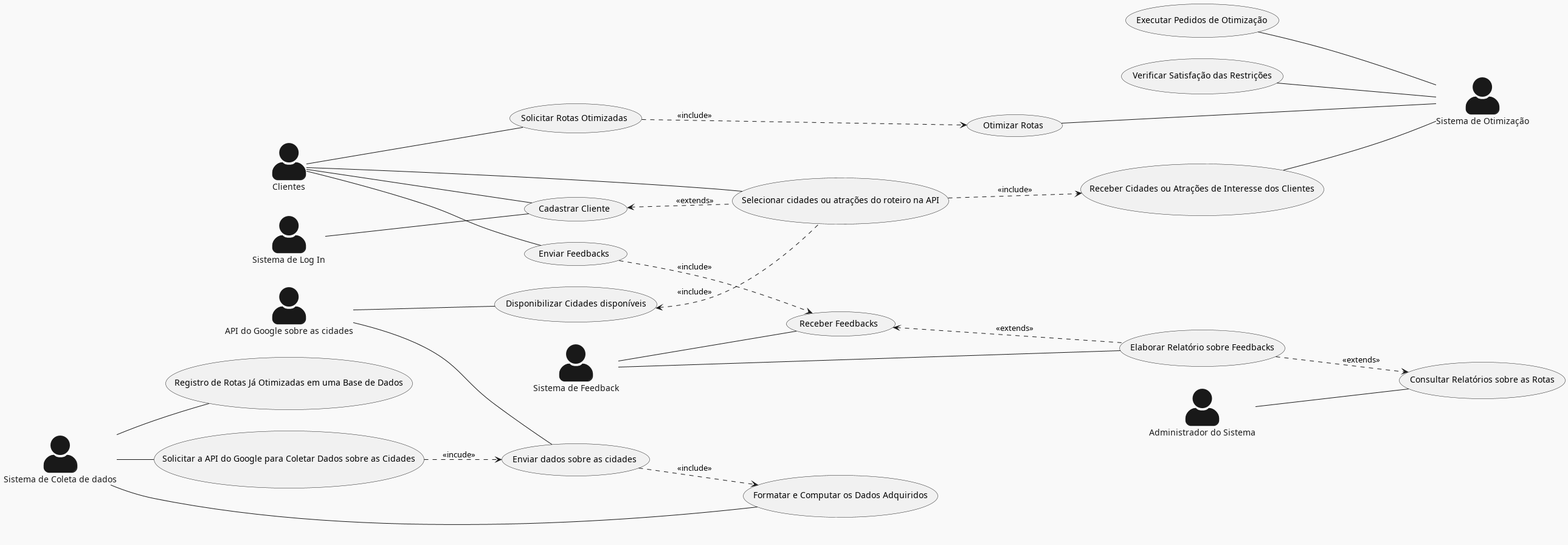
The PlantUML diagram Relatório/Semana-1/Diagramas/DCU.png in pedrodilallo/site_turismo_SIG, before a commit.
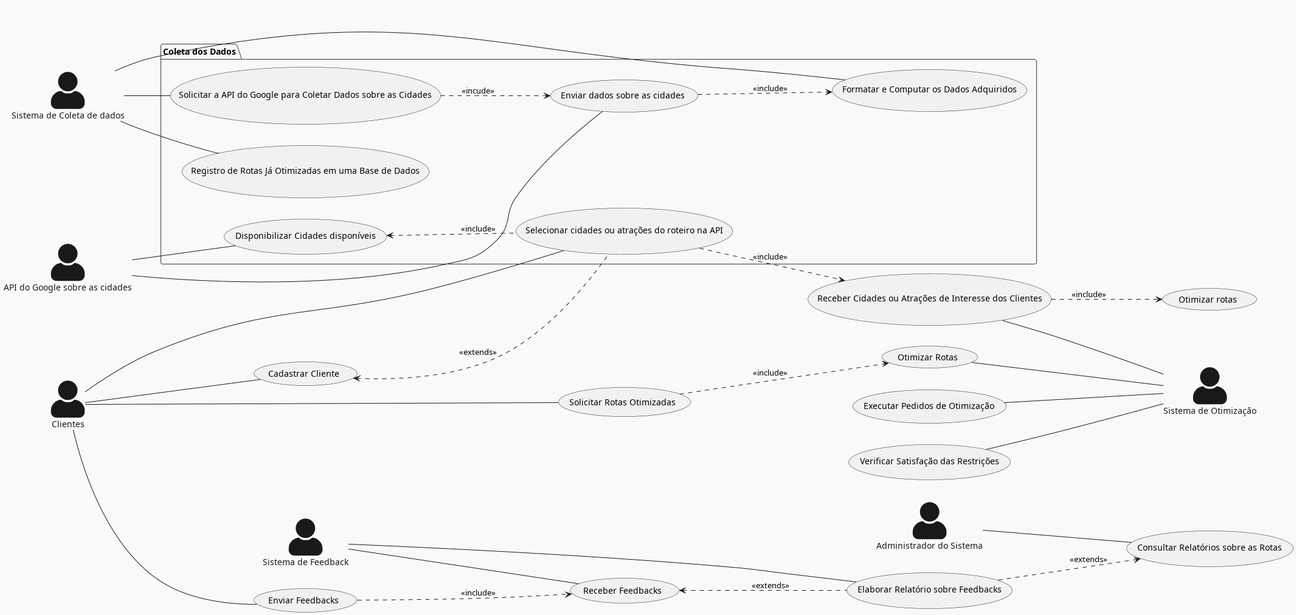
Above is the later version.

Commit message:
Mais correções DCU

What changed in the source:
```diff
@@ -8,28 +8,29 @@
 actor "Sistema de Otimização" as  otimizador
 actor "Administrador do Sistema" as sys_admin
 actor "Sistema de Feedback" as feedback
-actor "Sistema de Log In" as login
 actor "Sistema de Coleta de dados" as coletador
 
-cliente -- (Cadastrar Cliente)
+package "Coleta dos Dados"{
 cliente -- (Selecionar cidades ou atrações do roteiro na API)
-cliente -- (Enviar Feedbacks)
-cliente -- (Solicitar Rotas Otimizadas)
-
-
-
-login   --   (Cadastrar Cliente)
 
 coletador -- (Solicitar a API do Google para Coletar Dados sobre as Cidades)
 coletador -- (Registro de Rotas Já Otimizadas em uma Base de Dados)
 coletador -- (Formatar e Computar os Dados Adquiridos)
+API -- (Enviar dados sobre as cidades)
+API -- (Disponibilizar Cidades disponíveis)
+(Disponibilizar Cidades disponíveis) <.. (Selecionar cidades ou atrações do roteiro na API) : <<include>>
 
+
+}
+
+
+cliente -- (Cadastrar Cliente)
+cliente -- (Enviar Feedbacks)
+cliente -- (Solicitar Rotas Otimizadas)
 
 feedback -- (Receber Feedbacks)
 feedback -- (Elaborar Relatório sobre Feedbacks)
 
-API -- (Enviar dados sobre as cidades)
-API -- (Disponibilizar Cidades disponíveis)
 
 sys_admin -- (Consultar Relatórios sobre as Rotas)
 
@@ -40,7 +41,6 @@
 (Solicitar Rotas Otimizadas) ..> (Otimizar Rotas) : <<include>>
 
 
-(Disponibilizar Cidades disponíveis) <.. (Selecionar cidades ou atrações do roteiro na API) : <<include>>
 
 (Enviar Feedbacks) ..> (Receber Feedbacks) : <<include>>
 (Receber Feedbacks) <.. (Elaborar Relatório sobre Feedbacks) : <<extends>>
@@ -50,6 +50,9 @@
 
 (Enviar dados sobre as cidades) ..> (Formatar e Computar os Dados Adquiridos) : <<include>>
 (Selecionar cidades ou atrações do roteiro na API) ..>  (Receber Cidades ou Atrações de Interesse dos Clientes) : <<include>>
+
+(Receber Cidades ou Atrações de Interesse dos Clientes) ..> (Otimizar rotas): <<include>>
+
 (Solicitar a API do Google para Coletar Dados sobre as Cidades) ..> (Enviar dados sobre as cidades) : <<incude>>
 
 
```
